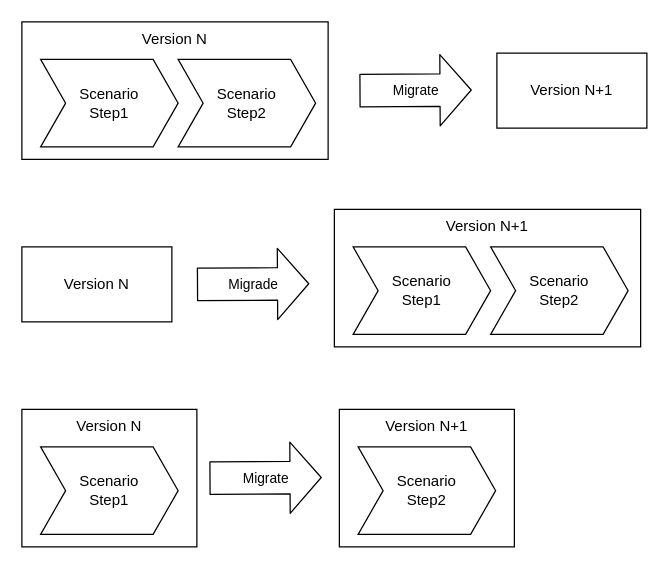
Earlier version of the draw.io diagram page "HL-Change-Scenarios" (2 of 9) of diagrams/PhasedDiagrams.drawio (adobe/phased-testing). Source tidied: cells renumbered, new cells numbered last; positions are measured from the earlier drawing's top-left corner, leaving out a move shared by most shapes. Both pictures are drawn from the tidied source at 125%, with x=0, y=0 at pixel (21, 21).
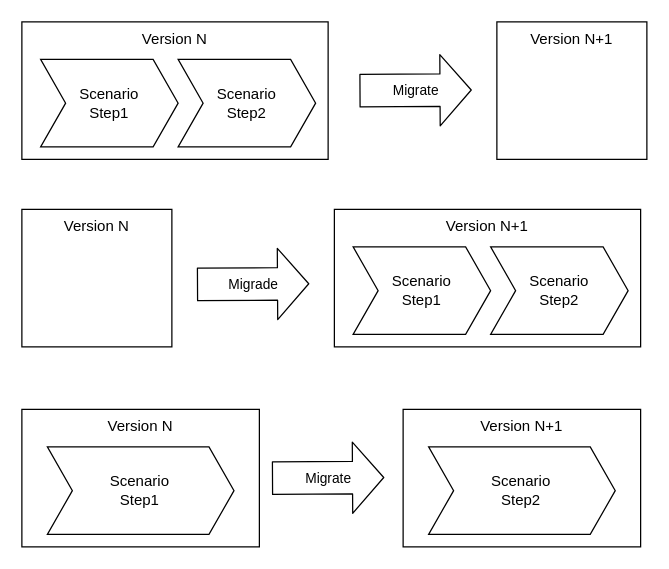
The same page after the edit.

Diff of the diagram source:
```diff
@@
-    <mxCell id="2" value="Version N" style="rounded=0;whiteSpace=wrap;html=1;" parent="1" vertex="1">
-      <mxGeometry y="180" width="120" height="60" as="geometry" />
+    <mxCell id="2" value="Version N" style="rounded=0;whiteSpace=wrap;html=1;verticalAlign=top;" parent="1" vertex="1">
+      <mxGeometry y="150" width="120" height="110" as="geometry" />
     </mxCell>
@@
     <mxCell id="8" value="Migrate" style="shape=flexArrow;endArrow=classic;html=1;endWidth=30;endSize=8;width=26;" parent="1" edge="1">
       <mxGeometry relative="1" as="geometry">
-        <mxPoint x="150" y="365" as="sourcePoint" />
-        <mxPoint x="240" y="364.5" as="targetPoint" />
+        <mxPoint x="200" y="365" as="sourcePoint" />
+        <mxPoint x="290" y="364.5" as="targetPoint" />
       </mxGeometry>
     </mxCell>
     <mxCell id="9" style="group;" parent="1" vertex="1">
-      <mxGeometry y="310" width="140" height="110" as="geometry" />
+      <mxGeometry y="310" width="190" height="110" as="geometry" />
     </mxCell>
     <mxCell id="10" value="Version N" style="rounded=0;whiteSpace=wrap;html=1;verticalAlign=top;" parent="9" vertex="1">
-      <mxGeometry width="140" height="110" as="geometry" />
+      <mxGeometry width="190" height="110" as="geometry" />
     </mxCell>
     <mxCell id="11" value="Scenario &lt;br&gt;Step1" style="shape=step;perimeter=stepPerimeter;whiteSpace=wrap;html=1;fixedSize=1;" parent="9" vertex="1">
-      <mxGeometry x="15" y="30" width="110" height="70" as="geometry" />
+      <mxGeometry x="20.4" y="30" width="149.3" height="70" as="geometry" />
     </mxCell>
     <mxCell id="12" style="group;" parent="1" vertex="1">
-      <mxGeometry x="254" y="310" width="140" height="110" as="geometry" />
+      <mxGeometry x="305" y="310" width="190" height="110" as="geometry" />
     </mxCell>
     <mxCell id="13" value="Version N+1" style="rounded=0;whiteSpace=wrap;html=1;verticalAlign=top;" parent="12" vertex="1">
-      <mxGeometry width="140" height="110" as="geometry" />
+      <mxGeometry width="190" height="110" as="geometry" />
     </mxCell>
     <mxCell id="14" value="Scenario &lt;br&gt;Step2" style="shape=step;perimeter=stepPerimeter;whiteSpace=wrap;html=1;fixedSize=1;" parent="12" vertex="1">
-      <mxGeometry x="15" y="30" width="110" height="70" as="geometry" />
+      <mxGeometry x="20.4" y="30" width="149.3" height="70" as="geometry" />
     </mxCell>
-    <mxCell id="15" value="Version N+1" style="rounded=0;whiteSpace=wrap;html=1;" parent="1" vertex="1">
-      <mxGeometry x="380" y="25" width="120" height="60" as="geometry" />
+    <mxCell id="15" value="Version N+1" style="rounded=0;whiteSpace=wrap;html=1;verticalAlign=top;" parent="1" vertex="1">
+      <mxGeometry x="380" width="120" height="110" as="geometry" />
     </mxCell>
```
